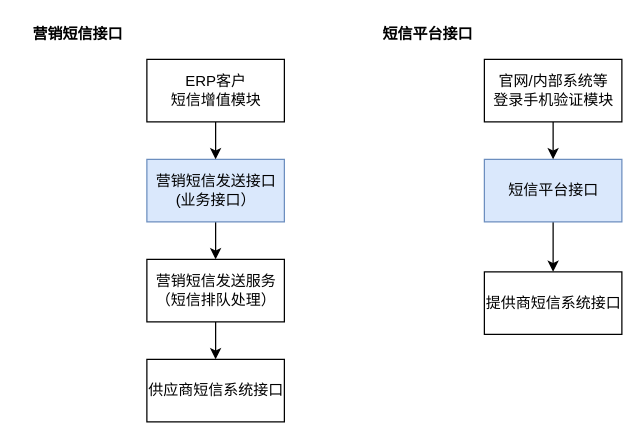
Before: page "营销短信平台接口" (3 of 6) of devops.drawio in mashifei/uml, a draw.io diagram. Source tidied: cells renumbered, new cells numbered last; positions are measured from the earlier drawing's top-left corner, leaving out a move shared by most shapes. Both pictures are drawn from the tidied source at 125%, with x=0, y=0 at pixel (21, 21).
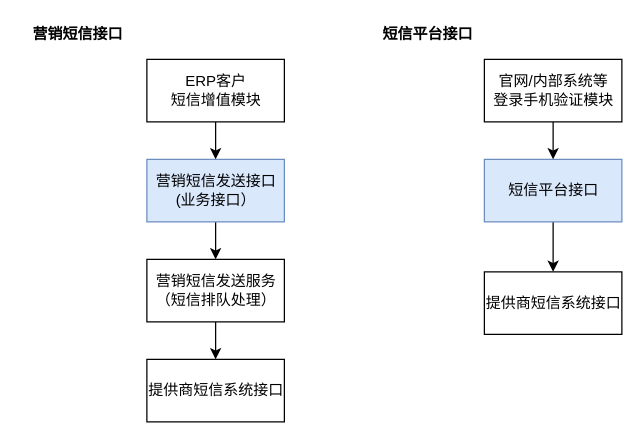
The same page after the edit.

What changed in the source:
```diff
@@
 <mxGraphModel>
   <root>
     <mxCell id="0" />
     <mxCell id="1" parent="0" />
     <mxCell id="2" style="edgeStyle=orthogonalEdgeStyle;rounded=0;jettySize=auto;html=1;entryX=0.5;entryY=0;entryDx=0;entryDy=0;startArrow=none;startFill=0;endArrow=classic;endFill=1;" parent="1" edge="1" source="3" target="8">
       <mxGeometry relative="1" as="geometry" />
     </mxCell>
     <mxCell id="3" value="营销短信发送服务&lt;br&gt;（短信排队处理）" style="html=1;rounded=0;shadow=0;glass=0;comic=0;" parent="1" vertex="1">
       <mxGeometry x="100" y="190" width="110" height="50" as="geometry" />
     </mxCell>
     <mxCell id="4" style="edgeStyle=orthogonalEdgeStyle;rounded=0;jettySize=auto;html=1;entryX=0.5;entryY=0;entryDx=0;entryDy=0;startArrow=none;startFill=0;endArrow=classic;endFill=1;" parent="1" edge="1" source="5" target="3">
       <mxGeometry relative="1" as="geometry" />
     </mxCell>
     <mxCell id="5" value="营销短信发送接口&lt;br&gt;(业务接口）" style="html=1;rounded=0;shadow=0;glass=0;comic=0;fillColor=#dae8fc;strokeColor=#6c8ebf;" parent="1" vertex="1">
       <mxGeometry x="100" y="110" width="110" height="50" as="geometry" />
     </mxCell>
     <mxCell id="6" style="edgeStyle=orthogonalEdgeStyle;rounded=0;jettySize=auto;html=1;entryX=0.5;entryY=0;entryDx=0;entryDy=0;startArrow=none;startFill=0;endArrow=classic;endFill=1;" parent="1" edge="1" source="7" target="5">
       <mxGeometry relative="1" as="geometry" />
     </mxCell>
     <mxCell id="7" value="ERP客户&lt;br&gt;短信增值模块" style="html=1;rounded=0;shadow=0;glass=0;comic=0;" parent="1" vertex="1">
       <mxGeometry x="100" y="30" width="110" height="50" as="geometry" />
     </mxCell>
-    <mxCell id="8" value="供应商短信系统接口" style="html=1;rounded=0;shadow=0;glass=0;comic=0;" parent="1" vertex="1">
+    <mxCell id="8" value="提供商短信系统接口" style="html=1;rounded=0;shadow=0;glass=0;comic=0;" parent="1" vertex="1">
       <mxGeometry x="100" y="270" width="110" height="50" as="geometry" />
     </mxCell>
     <mxCell id="9" value="营销短信接口" style="text;html=1;strokeColor=none;fillColor=none;align=center;verticalAlign=middle;whiteSpace=wrap;rounded=0;shadow=0;glass=0;comic=0;fontStyle=1;" parent="1" vertex="1">
       <mxGeometry width="90" height="20" as="geometry" />
     </mxCell>
     <mxCell id="10" style="edgeStyle=orthogonalEdgeStyle;rounded=0;jettySize=auto;html=1;entryX=0.5;entryY=0;entryDx=0;entryDy=0;startArrow=none;startFill=0;endArrow=classic;endFill=1;" parent="1" edge="1" source="11" target="14">
       <mxGeometry relative="1" as="geometry" />
     </mxCell>
     <mxCell id="11" value="短信平台接口" style="html=1;rounded=0;shadow=0;glass=0;comic=0;fillColor=#dae8fc;strokeColor=#6c8ebf;" parent="1" vertex="1">
       <mxGeometry x="370" y="110" width="110" height="50" as="geometry" />
     </mxCell>
     <mxCell id="12" style="edgeStyle=orthogonalEdgeStyle;rounded=0;jettySize=auto;html=1;entryX=0.5;entryY=0;entryDx=0;entryDy=0;startArrow=none;startFill=0;endArrow=classic;endFill=1;" parent="1" edge="1" source="13" target="11">
       <mxGeometry relative="1" as="geometry" />
     </mxCell>
     <mxCell id="13" value="官网/内部系统等&lt;br&gt;登录手机验证模块" style="html=1;rounded=0;shadow=0;glass=0;comic=0;" parent="1" vertex="1">
       <mxGeometry x="370" y="30" width="110" height="50" as="geometry" />
     </mxCell>
     <mxCell id="14" value="提供商短信系统接口" style="html=1;rounded=0;shadow=0;glass=0;comic=0;" parent="1" vertex="1">
       <mxGeometry x="370" y="200" width="110" height="50" as="geometry" />
     </mxCell>
     <mxCell id="15" value="短信平台接口" style="text;html=1;strokeColor=none;fillColor=none;align=center;verticalAlign=middle;whiteSpace=wrap;rounded=0;shadow=0;glass=0;comic=0;fontStyle=1;" parent="1" vertex="1">
       <mxGeometry x="280" width="90" height="20" as="geometry" />
     </mxCell>
   </root>
 </mxGraphModel>
```
